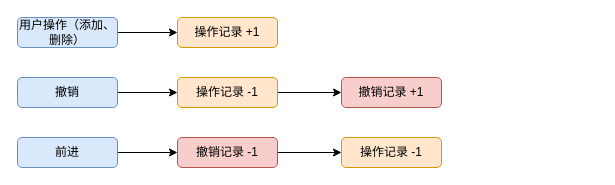
Before: 未命名绘图11.drawio in fengwei5280/14th, a draw.io diagram. Source tidied: cells renumbered, new cells numbered last; positions are measured from the earlier drawing's top-left corner, leaving out a move shared by most shapes. Both pictures are drawn from the tidied source at 100%, with x=0, y=0 at pixel (17, 17).
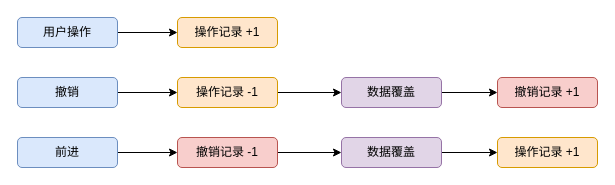
Above is the later version.

Commit message (it also covers changes not shown here):
更新未命名绘图11.drawio

Change to the diagram source:
```diff
@@
 <mxGraphModel>
   <root>
     <mxCell id="0" />
     <mxCell id="1" parent="0" />
     <mxCell id="2" value="操作记录 +1" style="rounded=1;whiteSpace=wrap;html=1;fillColor=#ffe6cc;strokeColor=#d79b00;" parent="1" vertex="1">
       <mxGeometry x="160" width="100" height="30" as="geometry" />
     </mxCell>
     <mxCell id="3" style="edgeStyle=orthogonalEdgeStyle;rounded=0;jettySize=auto;html=1;" parent="1" edge="1" source="4" target="2">
       <mxGeometry relative="1" as="geometry" />
     </mxCell>
-    <mxCell id="4" value="用户操作（添加、删除）" style="rounded=1;whiteSpace=wrap;html=1;fillColor=#dae8fc;strokeColor=#6c8ebf;" parent="1" vertex="1">
+    <mxCell id="4" value="用户操作" style="rounded=1;whiteSpace=wrap;html=1;fillColor=#dae8fc;strokeColor=#6c8ebf;" parent="1" vertex="1">
       <mxGeometry width="100" height="30" as="geometry" />
     </mxCell>
     <mxCell id="5" style="edgeStyle=orthogonalEdgeStyle;rounded=0;jettySize=auto;html=1;" parent="1" edge="1" source="6" target="8">
       <mxGeometry relative="1" as="geometry" />
     </mxCell>
     <mxCell id="6" value="撤销" style="rounded=1;whiteSpace=wrap;html=1;fillColor=#dae8fc;strokeColor=#6c8ebf;" parent="1" vertex="1">
       <mxGeometry y="60" width="100" height="30" as="geometry" />
     </mxCell>
     <mxCell id="7" style="edgeStyle=orthogonalEdgeStyle;rounded=0;jettySize=auto;html=1;" parent="1" edge="1" source="8" target="9">
       <mxGeometry relative="1" as="geometry" />
     </mxCell>
     <mxCell id="8" value="操作记录 -1" style="rounded=1;whiteSpace=wrap;html=1;fillColor=#ffe6cc;strokeColor=#d79b00;" parent="1" vertex="1">
       <mxGeometry x="160" y="60" width="100" height="30" as="geometry" />
     </mxCell>
+    <mxCell id="15" style="edgeStyle=orthogonalEdgeStyle;rounded=0;jettySize=auto;html=1;" parent="1" edge="1" source="9" target="17">
+      <mxGeometry relative="1" as="geometry" />
+    </mxCell>
-    <mxCell id="9" value="撤销记录 +1" style="rounded=1;whiteSpace=wrap;html=1;fillColor=#f8cecc;strokeColor=#b85450;" parent="1" vertex="1">
+    <mxCell id="9" value="数据覆盖" style="rounded=1;whiteSpace=wrap;html=1;fillColor=#e1d5e7;strokeColor=#9673a6;" parent="1" vertex="1">
       <mxGeometry x="324" y="60" width="100" height="30" as="geometry" />
     </mxCell>
     <mxCell id="10" style="edgeStyle=orthogonalEdgeStyle;rounded=0;jettySize=auto;html=1;" parent="1" edge="1" source="11" target="13">
       <mxGeometry relative="1" as="geometry" />
     </mxCell>
     <mxCell id="11" value="前进" style="rounded=1;whiteSpace=wrap;html=1;fillColor=#dae8fc;strokeColor=#6c8ebf;" parent="1" vertex="1">
       <mxGeometry y="120" width="100" height="30" as="geometry" />
     </mxCell>
     <mxCell id="12" style="edgeStyle=orthogonalEdgeStyle;rounded=0;jettySize=auto;html=1;" parent="1" edge="1" source="13" target="14">
       <mxGeometry relative="1" as="geometry" />
     </mxCell>
     <mxCell id="13" value="撤销记录 -1" style="rounded=1;whiteSpace=wrap;html=1;fillColor=#f8cecc;strokeColor=#b85450;" parent="1" vertex="1">
       <mxGeometry x="160" y="120" width="100" height="30" as="geometry" />
     </mxCell>
+    <mxCell id="16" style="edgeStyle=orthogonalEdgeStyle;rounded=0;jettySize=auto;html=1;" parent="1" edge="1" source="14" target="18">
+      <mxGeometry relative="1" as="geometry" />
+    </mxCell>
-    <mxCell id="14" value="操作记录 -1" style="rounded=1;whiteSpace=wrap;html=1;fillColor=#ffe6cc;strokeColor=#d79b00;" parent="1" vertex="1">
+    <mxCell id="14" value="数据覆盖" style="rounded=1;whiteSpace=wrap;html=1;fillColor=#e1d5e7;strokeColor=#9673a6;" parent="1" vertex="1">
       <mxGeometry x="324" y="120" width="100" height="30" as="geometry" />
     </mxCell>
+    <mxCell id="17" value="撤销记录 +1" style="rounded=1;whiteSpace=wrap;html=1;fillColor=#f8cecc;strokeColor=#b85450;" parent="1" vertex="1">
+      <mxGeometry x="480" y="60" width="100" height="30" as="geometry" />
+    </mxCell>
+    <mxCell id="18" value="操作记录 +1" style="rounded=1;whiteSpace=wrap;html=1;fillColor=#ffe6cc;strokeColor=#d79b00;" parent="1" vertex="1">
+      <mxGeometry x="480" y="120" width="100" height="30" as="geometry" />
+    </mxCell>
   </root>
 </mxGraphModel>
```
